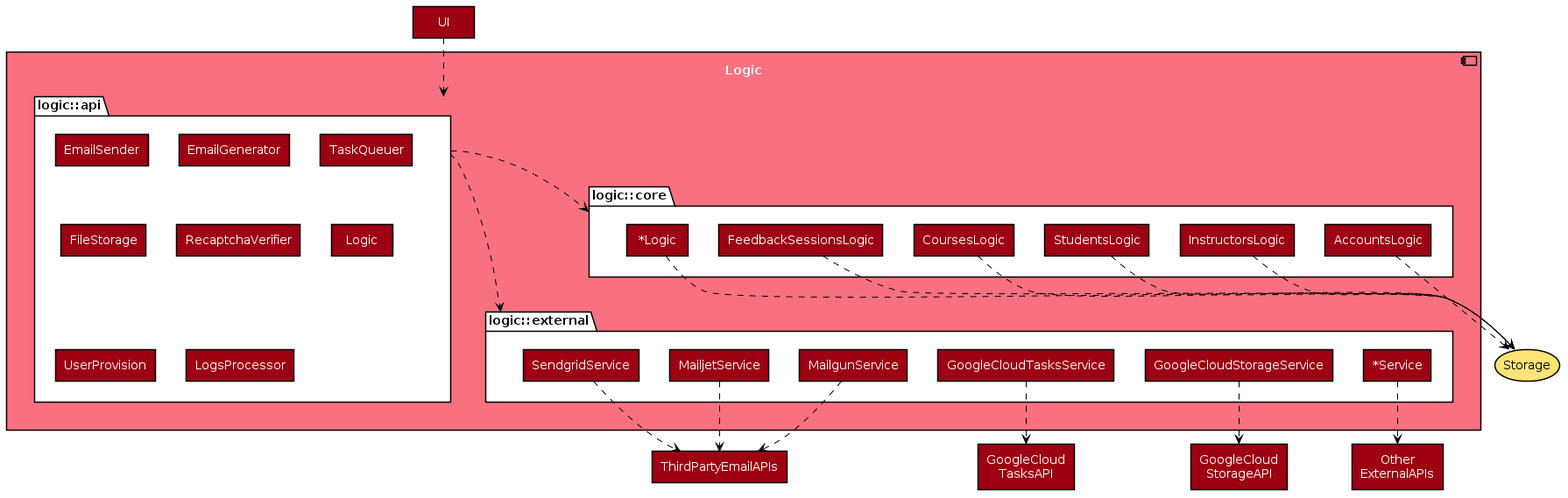
Before: diagrams/LogicComponent.png, a diagram exported from PlantUML (devashish-rane/teammates). Its source is kept beside it as diagrams/LogicComponent.puml. The source it was exported from:
```plantuml
@startuml
!include diagrams/style.puml
skinparam componentBackgroundColor MODEL_COLOR_T1
skinparam componentFontColor #FFFFFF
skinparam FolderBackgroundColor #FFFFFF
skinparam rectangleBackgroundColor MODEL_COLOR
skinparam rectangleFontColor #FFFFFF
skinparam arrowColor #000000

component Logic {
    folder "logic::core" as Core {
        rectangle AccountsLogic
        rectangle InstructorsLogic
        rectangle StudentsLogic
        rectangle CoursesLogic
        rectangle FeedbackSessionsLogic
        rectangle "~*Logic" as Logic1
    }

    folder "logic::external" as External {
        rectangle MailgunService
        rectangle MailjetService
        rectangle SendgridService
        rectangle GoogleCloudTasksService
        rectangle GoogleCloudStorageService
        rectangle "~*Service" as Service
    }

    folder "logic::api" as Api {
        rectangle EmailSender
        rectangle EmailGenerator
        rectangle TaskQueuer
        rectangle FileStorage
        rectangle RecaptchaVerifier
        rectangle "Logic" as Logic2
        rectangle UserProvision
        rectangle LogsProcessor
    }
}

rectangle ThirdPartyEmailAPIs
rectangle "GoogleCloud\nTasksAPI" as GoogleCloudTasksApi
rectangle "GoogleCloud\nStorageAPI" as GoogleCloudStorageApi
rectangle "Other\nExternalAPIs" as OtherExternalApi
rectangle UI
storage Storage STORAGE_COLOR_T1

MailgunService ..> ThirdPartyEmailAPIs
MailjetService ..> ThirdPartyEmailAPIs
SendgridService ..> ThirdPartyEmailAPIs
GoogleCloudTasksService ..> GoogleCloudTasksApi
GoogleCloudStorageService ..> GoogleCloudStorageApi
Service ..> OtherExternalApi
AccountsLogic ..> Storage
InstructorsLogic ..> Storage
StudentsLogic ..> Storage
CoursesLogic ..> Storage
FeedbackSessionsLogic ..> Storage
Logic1 ..> Storage

UI ..> Api
Api ..> Core
Api ..> External

Api -[hidden]right- Core
Core -[hidden]left- Api
Api -[hidden]right- External
External -[hidden]left- Api
Core -[hidden]down- External
External -[hidden]up- Core

@enduml
```
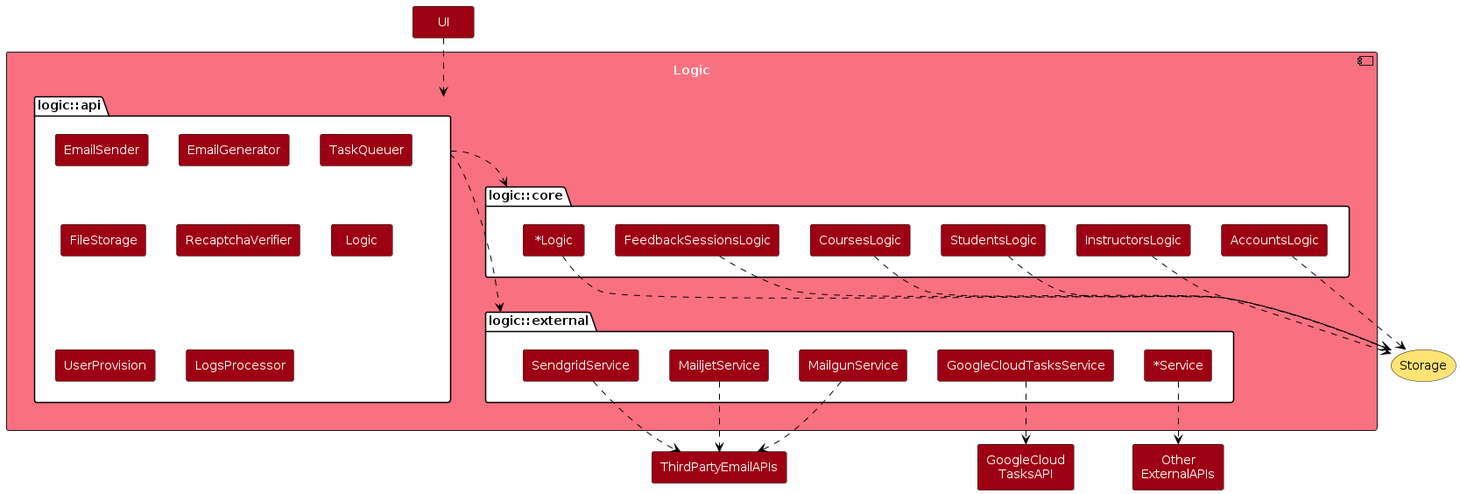
Above is the later version.

What changed in the source:
```diff
@@ -1,5 +1,5 @@
 @startuml
-!include diagrams/style.puml
+!include style.puml
 skinparam componentBackgroundColor MODEL_COLOR_T1
 skinparam componentFontColor #FFFFFF
 skinparam FolderBackgroundColor #FFFFFF
@@ -22,7 +22,6 @@
         rectangle MailjetService
         rectangle SendgridService
         rectangle GoogleCloudTasksService
-        rectangle GoogleCloudStorageService
         rectangle "~*Service" as Service
     }
 
@@ -40,7 +39,6 @@
 
 rectangle ThirdPartyEmailAPIs
 rectangle "GoogleCloud\nTasksAPI" as GoogleCloudTasksApi
-rectangle "GoogleCloud\nStorageAPI" as GoogleCloudStorageApi
 rectangle "Other\nExternalAPIs" as OtherExternalApi
 rectangle UI
 storage Storage STORAGE_COLOR_T1
@@ -49,7 +47,6 @@
 MailjetService ..> ThirdPartyEmailAPIs
 SendgridService ..> ThirdPartyEmailAPIs
 GoogleCloudTasksService ..> GoogleCloudTasksApi
-GoogleCloudStorageService ..> GoogleCloudStorageApi
 Service ..> OtherExternalApi
 AccountsLogic ..> Storage
 InstructorsLogic ..> Storage
```
